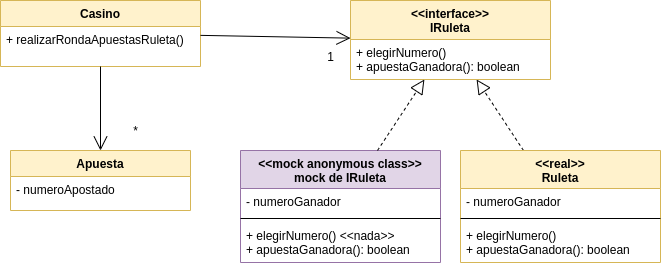
Above: images/diagramaClases.png in uqbar-project/eg-ruletas-kotlin (draw.io), before the change. Source tidied: cells renumbered, new cells last; positions are measured from the earlier drawing's top-left corner, leaving out a move shared by most shapes. Source of this version:
```xml
<mxGraphModel>
  <root>
    <mxCell id="0" />
    <mxCell id="1" parent="0" />
    <mxCell id="2" style="endArrow=block;dashed=1;endFill=0;endSize=12;html=1;" parent="1" edge="1" source="13" target="3">
      <mxGeometry relative="1" as="geometry" />
    </mxCell>
    <mxCell id="3" value="&lt;&lt;interface&gt;&gt;&#10;IRuleta" style="swimlane;fontStyle=1;align=center;verticalAlign=top;horizontal=1;startSize=39;fillColor=#fff2cc;strokeColor=#d6b656;" parent="1" vertex="1">
      <mxGeometry x="350" width="200" height="79" as="geometry" />
    </mxCell>
    <mxCell id="4" value="+ elegirNumero()&#10;+ apuestaGanadora(): boolean&#10;" style="text;strokeColor=none;fillColor=none;align=left;verticalAlign=top;spacingLeft=4;spacingRight=4;overflow=hidden;" parent="3" vertex="1">
      <mxGeometry y="39" width="200" height="40" as="geometry" />
    </mxCell>
    <mxCell id="5" value="Casino" style="swimlane;fontStyle=1;align=center;verticalAlign=top;horizontal=1;startSize=26;fillColor=#fff2cc;strokeColor=#d6b656;" parent="1" vertex="1">
      <mxGeometry width="200" height="66" as="geometry" />
    </mxCell>
    <mxCell id="6" value="+ realizarRondaApuestasRuleta()" style="text;strokeColor=none;fillColor=none;align=left;verticalAlign=top;spacingLeft=4;spacingRight=4;overflow=hidden;" parent="5" vertex="1">
      <mxGeometry y="26" width="200" height="40" as="geometry" />
    </mxCell>
    <mxCell id="7" value="Apuesta" style="swimlane;fontStyle=1;align=center;verticalAlign=top;horizontal=1;startSize=26;fillColor=#fff2cc;strokeColor=#d6b656;" parent="1" vertex="1">
      <mxGeometry x="10" y="150" width="180" height="60" as="geometry" />
    </mxCell>
    <mxCell id="8" value="- numeroApostado" style="text;strokeColor=none;fillColor=none;align=left;verticalAlign=top;spacingLeft=4;spacingRight=4;overflow=hidden;points=[[0,0.5],[1,0.5]];portConstraint=eastwest;" parent="7" vertex="1">
      <mxGeometry y="26" width="180" height="34" as="geometry" />
    </mxCell>
    <mxCell id="9" style="endArrow=open;endFill=1;endSize=12;html=1;" parent="1" edge="1" source="5" target="7">
      <mxGeometry relative="1" as="geometry" />
    </mxCell>
    <mxCell id="10" style="endArrow=open;endFill=1;endSize=12;html=1;" parent="1" edge="1" source="5" target="3">
      <mxGeometry relative="1" as="geometry" />
    </mxCell>
    <mxCell id="11" value="1" style="text;html=1;align=center;verticalAlign=middle;" parent="1" vertex="1">
      <mxGeometry x="320" y="46" width="20" height="20" as="geometry" />
    </mxCell>
    <mxCell id="12" value="*" style="text;html=1;align=center;verticalAlign=middle;points=[];" parent="1" vertex="1">
      <mxGeometry x="125" y="120" width="20" height="20" as="geometry" />
    </mxCell>
    <mxCell id="13" value="&lt;&lt;real&gt;&gt;&#10;Ruleta" style="swimlane;fontStyle=1;align=center;verticalAlign=top;horizontal=1;startSize=38;fillColor=#fff2cc;strokeColor=#d6b656;" parent="1" vertex="1">
      <mxGeometry x="460" y="150" width="200" height="112" as="geometry" />
    </mxCell>
    <mxCell id="14" value="- numeroGanador" style="text;strokeColor=none;fillColor=none;align=left;verticalAlign=top;spacingLeft=4;spacingRight=4;overflow=hidden;points=[[0,0.5],[1,0.5]];portConstraint=eastwest;" parent="13" vertex="1">
      <mxGeometry y="38" width="200" height="26" as="geometry" />
    </mxCell>
    <mxCell id="15" style="line;strokeWidth=1;fillColor=none;align=left;verticalAlign=middle;spacingTop=-1;spacingLeft=3;spacingRight=3;labelPosition=right;" parent="13" vertex="1">
      <mxGeometry y="64" width="200" height="8" as="geometry" />
    </mxCell>
    <mxCell id="16" value="+ elegirNumero()&#10;+ apuestaGanadora(): boolean&#10;" style="text;strokeColor=none;fillColor=none;align=left;verticalAlign=top;spacingLeft=4;spacingRight=4;overflow=hidden;" parent="13" vertex="1">
      <mxGeometry y="72" width="200" height="40" as="geometry" />
    </mxCell>
    <mxCell id="17" value="&lt;&lt;mock anonymous class&gt;&gt;&#10;mock de IRuleta" style="swimlane;fontStyle=1;align=center;verticalAlign=top;horizontal=1;startSize=38;fillColor=#e1d5e7;strokeColor=#9673a6;" parent="1" vertex="1">
      <mxGeometry x="240" y="150" width="200" height="112" as="geometry" />
    </mxCell>
    <mxCell id="18" value="- numeroGanador" style="text;strokeColor=none;fillColor=none;align=left;verticalAlign=top;spacingLeft=4;spacingRight=4;overflow=hidden;points=[[0,0.5],[1,0.5]];portConstraint=eastwest;" parent="17" vertex="1">
      <mxGeometry y="38" width="200" height="26" as="geometry" />
    </mxCell>
    <mxCell id="19" style="line;strokeWidth=1;fillColor=none;align=left;verticalAlign=middle;spacingTop=-1;spacingLeft=3;spacingRight=3;labelPosition=right;" parent="17" vertex="1">
      <mxGeometry y="64" width="200" height="8" as="geometry" />
    </mxCell>
    <mxCell id="20" value="+ elegirNumero() &lt;&lt;nada&gt;&gt;&#10;+ apuestaGanadora(): boolean&#10;" style="text;strokeColor=none;fillColor=none;align=left;verticalAlign=top;spacingLeft=4;spacingRight=4;overflow=hidden;" parent="17" vertex="1">
      <mxGeometry y="72" width="200" height="40" as="geometry" />
    </mxCell>
    <mxCell id="21" style="endArrow=block;dashed=1;endFill=0;endSize=12;html=1;" parent="1" edge="1" source="17" target="3">
      <mxGeometry relative="1" as="geometry" />
    </mxCell>
  </root>
</mxGraphModel>
```
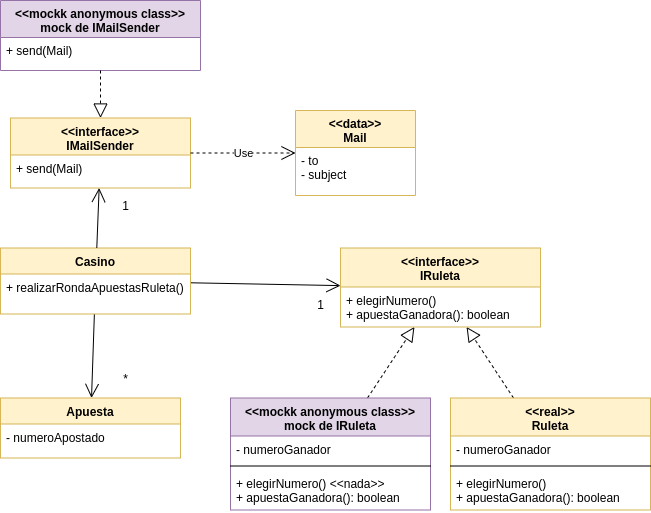
After the change.

The edit, as a diff of the source:
```diff
@@ -2,65 +2,95 @@
   <root>
     <mxCell id="0" />
     <mxCell id="1" parent="0" />
-    <mxCell id="2" style="endArrow=block;dashed=1;endFill=0;endSize=12;html=1;" parent="1" edge="1" source="13" target="3">
+    <mxCell id="2" style="endArrow=block;dashed=1;endFill=0;endSize=12;html=1;" parent="1" edge="1" source="14" target="8">
       <mxGeometry relative="1" as="geometry" />
     </mxCell>
-    <mxCell id="3" value="&lt;&lt;interface&gt;&gt;&#10;IRuleta" style="swimlane;fontStyle=1;align=center;verticalAlign=top;horizontal=1;startSize=39;fillColor=#fff2cc;strokeColor=#d6b656;" parent="1" vertex="1">
-      <mxGeometry x="350" width="200" height="79" as="geometry" />
+    <mxCell id="3" style="endArrow=open;endFill=1;endSize=12;html=1;" parent="1" edge="1" source="10" target="12">
+      <mxGeometry relative="1" as="geometry" />
     </mxCell>
-    <mxCell id="4" value="+ elegirNumero()&#10;+ apuestaGanadora(): boolean&#10;" style="text;strokeColor=none;fillColor=none;align=left;verticalAlign=top;spacingLeft=4;spacingRight=4;overflow=hidden;" parent="3" vertex="1">
-      <mxGeometry y="39" width="200" height="40" as="geometry" />
+    <mxCell id="4" style="endArrow=open;endFill=1;endSize=12;html=1;" parent="1" edge="1" source="10" target="8">
+      <mxGeometry relative="1" as="geometry" />
     </mxCell>
-    <mxCell id="5" value="Casino" style="swimlane;fontStyle=1;align=center;verticalAlign=top;horizontal=1;startSize=26;fillColor=#fff2cc;strokeColor=#d6b656;" parent="1" vertex="1">
-      <mxGeometry width="200" height="66" as="geometry" />
+    <mxCell id="5" value="1" style="text;html=1;align=center;verticalAlign=middle;points=[];" parent="1" vertex="1">
+      <mxGeometry x="300" y="213.5" width="20" height="20" as="geometry" />
     </mxCell>
-    <mxCell id="6" value="+ realizarRondaApuestasRuleta()" style="text;strokeColor=none;fillColor=none;align=left;verticalAlign=top;spacingLeft=4;spacingRight=4;overflow=hidden;" parent="5" vertex="1">
-      <mxGeometry y="26" width="200" height="40" as="geometry" />
+    <mxCell id="6" value="*" style="text;html=1;align=center;verticalAlign=middle;" parent="1" vertex="1">
+      <mxGeometry x="105" y="287.5" width="20" height="20" as="geometry" />
     </mxCell>
-    <mxCell id="7" value="Apuesta" style="swimlane;fontStyle=1;align=center;verticalAlign=top;horizontal=1;startSize=26;fillColor=#fff2cc;strokeColor=#d6b656;" parent="1" vertex="1">
-      <mxGeometry x="10" y="150" width="180" height="60" as="geometry" />
+    <mxCell id="7" style="endArrow=block;dashed=1;endFill=0;endSize=12;html=1;" parent="1" edge="1" source="18" target="8">
+      <mxGeometry relative="1" as="geometry" />
     </mxCell>
-    <mxCell id="8" value="- numeroApostado" style="text;strokeColor=none;fillColor=none;align=left;verticalAlign=top;spacingLeft=4;spacingRight=4;overflow=hidden;points=[[0,0.5],[1,0.5]];portConstraint=eastwest;" parent="7" vertex="1">
-      <mxGeometry y="26" width="180" height="34" as="geometry" />
+    <mxCell id="8" value="&lt;&lt;interface&gt;&gt;&#10;IRuleta" style="swimlane;fontStyle=1;align=center;verticalAlign=top;horizontal=1;startSize=39;fillColor=#fff2cc;strokeColor=#d6b656;" parent="1" vertex="1">
+      <mxGeometry x="330" y="167.5" width="200" height="79" as="geometry" />
     </mxCell>
-    <mxCell id="9" style="endArrow=open;endFill=1;endSize=12;html=1;" parent="1" edge="1" source="5" target="7">
-      <mxGeometry relative="1" as="geometry" />
+    <mxCell id="9" value="+ elegirNumero()&#10;+ apuestaGanadora(): boolean&#10;" style="text;strokeColor=none;fillColor=none;align=left;verticalAlign=top;spacingLeft=4;spacingRight=4;overflow=hidden;" parent="8" vertex="1">
+      <mxGeometry y="39" width="200" height="40" as="geometry" />
     </mxCell>
-    <mxCell id="10" style="endArrow=open;endFill=1;endSize=12;html=1;" parent="1" edge="1" source="5" target="3">
-      <mxGeometry relative="1" as="geometry" />
+    <mxCell id="10" value="Casino" style="swimlane;fontStyle=1;align=center;verticalAlign=top;horizontal=1;startSize=26;fillColor=#fff2cc;strokeColor=#d6b656;" parent="1" vertex="1">
+      <mxGeometry x="-10" y="167.5" width="190" height="66" as="geometry" />
     </mxCell>
-    <mxCell id="11" value="1" style="text;html=1;align=center;verticalAlign=middle;" parent="1" vertex="1">
-      <mxGeometry x="320" y="46" width="20" height="20" as="geometry" />
+    <mxCell id="11" value="+ realizarRondaApuestasRuleta()" style="text;strokeColor=none;fillColor=none;align=left;verticalAlign=top;spacingLeft=4;spacingRight=4;overflow=hidden;" parent="10" vertex="1">
+      <mxGeometry y="26" width="190" height="40" as="geometry" />
     </mxCell>
-    <mxCell id="12" value="*" style="text;html=1;align=center;verticalAlign=middle;points=[];" parent="1" vertex="1">
-      <mxGeometry x="125" y="120" width="20" height="20" as="geometry" />
+    <mxCell id="12" value="Apuesta" style="swimlane;fontStyle=1;align=center;verticalAlign=top;horizontal=1;startSize=26;fillColor=#fff2cc;strokeColor=#d6b656;" parent="1" vertex="1">
+      <mxGeometry x="-10" y="317.5" width="180" height="60" as="geometry" />
     </mxCell>
-    <mxCell id="13" value="&lt;&lt;real&gt;&gt;&#10;Ruleta" style="swimlane;fontStyle=1;align=center;verticalAlign=top;horizontal=1;startSize=38;fillColor=#fff2cc;strokeColor=#d6b656;" parent="1" vertex="1">
-      <mxGeometry x="460" y="150" width="200" height="112" as="geometry" />
+    <mxCell id="13" value="- numeroApostado" style="text;strokeColor=none;fillColor=none;align=left;verticalAlign=top;spacingLeft=4;spacingRight=4;overflow=hidden;points=[[0,0.5],[1,0.5]];portConstraint=eastwest;" parent="12" vertex="1">
+      <mxGeometry y="26" width="180" height="34" as="geometry" />
     </mxCell>
-    <mxCell id="14" value="- numeroGanador" style="text;strokeColor=none;fillColor=none;align=left;verticalAlign=top;spacingLeft=4;spacingRight=4;overflow=hidden;points=[[0,0.5],[1,0.5]];portConstraint=eastwest;" parent="13" vertex="1">
-      <mxGeometry y="38" width="200" height="26" as="geometry" />
+    <mxCell id="14" value="&lt;&lt;real&gt;&gt;&#10;Ruleta" style="swimlane;fontStyle=1;align=center;verticalAlign=top;horizontal=1;startSize=38;fillColor=#fff2cc;strokeColor=#d6b656;" parent="1" vertex="1">
+      <mxGeometry x="440" y="317.5" width="200" height="112" as="geometry" />
     </mxCell>
-    <mxCell id="15" style="line;strokeWidth=1;fillColor=none;align=left;verticalAlign=middle;spacingTop=-1;spacingLeft=3;spacingRight=3;labelPosition=right;" parent="13" vertex="1">
-      <mxGeometry y="64" width="200" height="8" as="geometry" />
+    <mxCell id="15" value="- numeroGanador" style="text;strokeColor=none;fillColor=none;align=left;verticalAlign=top;spacingLeft=4;spacingRight=4;overflow=hidden;" parent="14" vertex="1">
+      <mxGeometry y="38" width="200" height="26" as="geometry" />
     </mxCell>
-    <mxCell id="16" value="+ elegirNumero()&#10;+ apuestaGanadora(): boolean&#10;" style="text;strokeColor=none;fillColor=none;align=left;verticalAlign=top;spacingLeft=4;spacingRight=4;overflow=hidden;" parent="13" vertex="1">
-      <mxGeometry y="72" width="200" height="40" as="geometry" />
+    <mxCell id="16" style="line;strokeWidth=1;fillColor=none;align=left;verticalAlign=middle;spacingTop=-1;spacingLeft=3;spacingRight=3;labelPosition=right;" parent="14" vertex="1">
+      <mxGeometry y="64" width="200" height="8" as="geometry" />
     </mxCell>
-    <mxCell id="17" value="&lt;&lt;mock anonymous class&gt;&gt;&#10;mock de IRuleta" style="swimlane;fontStyle=1;align=center;verticalAlign=top;horizontal=1;startSize=38;fillColor=#e1d5e7;strokeColor=#9673a6;" parent="1" vertex="1">
-      <mxGeometry x="240" y="150" width="200" height="112" as="geometry" />
+    <mxCell id="17" value="+ elegirNumero()&#10;+ apuestaGanadora(): boolean&#10;" style="text;strokeColor=none;fillColor=none;align=left;verticalAlign=top;spacingLeft=4;spacingRight=4;overflow=hidden;points=[[0,0.5],[1,0.5]];portConstraint=eastwest;" parent="14" vertex="1">
+      <mxGeometry y="72" width="200" height="40" as="geometry" />
     </mxCell>
-    <mxCell id="18" value="- numeroGanador" style="text;strokeColor=none;fillColor=none;align=left;verticalAlign=top;spacingLeft=4;spacingRight=4;overflow=hidden;points=[[0,0.5],[1,0.5]];portConstraint=eastwest;" parent="17" vertex="1">
-      <mxGeometry y="38" width="200" height="26" as="geometry" />
+    <mxCell id="18" value="&lt;&lt;mockk anonymous class&gt;&gt;&#10;mock de IRuleta" style="swimlane;fontStyle=1;align=center;verticalAlign=top;horizontal=1;startSize=38;fillColor=#e1d5e7;strokeColor=#9673a6;" parent="1" vertex="1">
+      <mxGeometry x="220" y="317.5" width="200" height="112" as="geometry" />
     </mxCell>
-    <mxCell id="19" style="line;strokeWidth=1;fillColor=none;align=left;verticalAlign=middle;spacingTop=-1;spacingLeft=3;spacingRight=3;labelPosition=right;" parent="17" vertex="1">
-      <mxGeometry y="64" width="200" height="8" as="geometry" />
+    <mxCell id="19" value="- numeroGanador" style="text;strokeColor=none;fillColor=none;align=left;verticalAlign=top;spacingLeft=4;spacingRight=4;overflow=hidden;" parent="18" vertex="1">
+      <mxGeometry y="38" width="200" height="26" as="geometry" />
     </mxCell>
-    <mxCell id="20" value="+ elegirNumero() &lt;&lt;nada&gt;&gt;&#10;+ apuestaGanadora(): boolean&#10;" style="text;strokeColor=none;fillColor=none;align=left;verticalAlign=top;spacingLeft=4;spacingRight=4;overflow=hidden;" parent="17" vertex="1">
-      <mxGeometry y="72" width="200" height="40" as="geometry" />
+    <mxCell id="20" style="line;strokeWidth=1;fillColor=none;align=left;verticalAlign=middle;spacingTop=-1;spacingLeft=3;spacingRight=3;labelPosition=right;" parent="18" vertex="1">
+      <mxGeometry y="64" width="200" height="8" as="geometry" />
     </mxCell>
-    <mxCell id="21" style="endArrow=block;dashed=1;endFill=0;endSize=12;html=1;" parent="1" edge="1" source="17" target="3">
-      <mxGeometry relative="1" as="geometry" />
+    <mxCell id="21" value="+ elegirNumero() &lt;&lt;nada&gt;&gt;&#10;+ apuestaGanadora(): boolean&#10;" style="text;strokeColor=none;fillColor=none;align=left;verticalAlign=top;spacingLeft=4;spacingRight=4;overflow=hidden;" parent="18" vertex="1">
+      <mxGeometry y="72" width="200" height="40" as="geometry" />
     </mxCell>
+    <mxCell id="22" value="&lt;&lt;interface&gt;&gt;&#10;IMailSender" style="swimlane;fontStyle=1;align=center;verticalAlign=top;horizontal=1;startSize=37;fillColor=#fff2cc;strokeColor=#d6b656;" parent="1" vertex="1">
+      <mxGeometry y="37.5" width="180" height="70" as="geometry" />
+    </mxCell>
+    <mxCell id="23" value="+ send(Mail)" style="text;strokeColor=none;fillColor=none;align=left;verticalAlign=top;spacingLeft=4;spacingRight=4;overflow=hidden;" parent="22" vertex="1">
+      <mxGeometry y="37" width="180" height="33" as="geometry" />
+    </mxCell>
+    <mxCell id="24" value="&lt;&lt;data&gt;&gt;&#10;Mail" style="swimlane;fontStyle=1;align=center;verticalAlign=top;horizontal=1;startSize=37;fillColor=#fff2cc;strokeColor=#d6b656;" parent="1" vertex="1">
+      <mxGeometry x="285" y="30" width="120" height="85" as="geometry" />
+    </mxCell>
+    <mxCell id="25" value="- to&#10;- subject" style="text;strokeColor=none;fillColor=none;align=left;verticalAlign=top;spacingLeft=4;spacingRight=4;overflow=hidden;" parent="24" vertex="1">
+      <mxGeometry y="37" width="120" height="48" as="geometry" />
+    </mxCell>
+    <mxCell id="26" value="Use" style="endArrow=open;endSize=12;dashed=1;html=1;" parent="1" edge="1" source="22" target="24">
+      <mxGeometry relative="1" as="geometry" />
+    </mxCell>
+    <mxCell id="27" value="&lt;&lt;mockk anonymous class&gt;&gt;&#10;mock de IMailSender" style="swimlane;fontStyle=1;align=center;verticalAlign=top;horizontal=1;startSize=37;fillColor=#e1d5e7;strokeColor=#9673a6;" parent="1" vertex="1">
+      <mxGeometry x="-10" y="-80" width="200" height="70" as="geometry" />
+    </mxCell>
+    <mxCell id="28" value="+ send(Mail)" style="text;strokeColor=none;fillColor=none;align=left;verticalAlign=top;spacingLeft=4;spacingRight=4;overflow=hidden;" parent="27" vertex="1">
+      <mxGeometry y="37" width="200" height="33" as="geometry" />
+    </mxCell>
+    <mxCell id="29" style="endArrow=open;endFill=1;endSize=12;html=1;" parent="1" edge="1" source="10" target="22">
+      <mxGeometry relative="1" as="geometry" />
+    </mxCell>
+    <mxCell id="30" value="1" style="text;html=1;align=center;verticalAlign=middle;" parent="1" vertex="1">
+      <mxGeometry x="105" y="115" width="20" height="20" as="geometry" />
+    </mxCell>
+    <mxCell id="31" style="endArrow=block;dashed=1;endFill=0;endSize=12;html=1;" parent="1" edge="1" source="27" target="22">
+      <mxGeometry relative="1" as="geometry" />
+    </mxCell>
   </root>
 </mxGraphModel>
```
